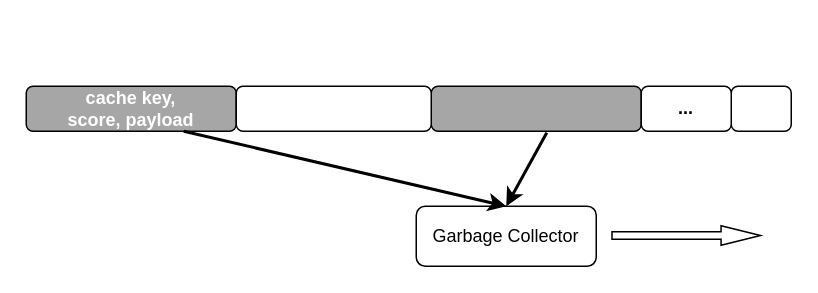
Before: vLogCache.drawio in yeqiyi/drawIO, a draw.io diagram. Source tidied: cells renumbered, new cells numbered last; positions are measured from the earlier drawing's top-left corner, leaving out a move shared by most shapes. Both pictures are drawn from the tidied source at 150%, with x=0, y=0 at pixel (26, 86).
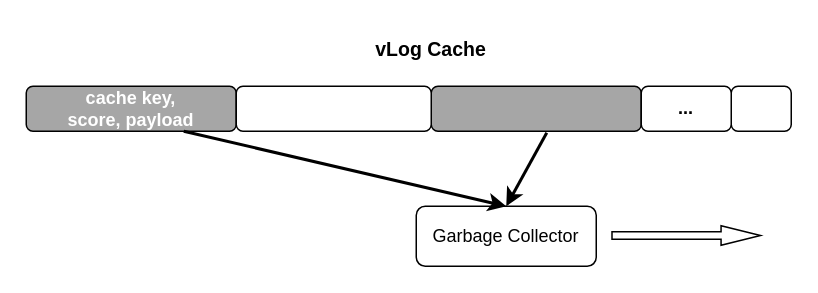
The same page after the edit.

The edit, as a diff of the source:
```diff
@@
 <mxGraphModel>
   <root>
     <mxCell id="0" />
     <mxCell id="1" parent="0" />
     <mxCell id="2" value="&lt;b&gt;&lt;font color=&quot;#ffffff&quot;&gt;cache key, &lt;br&gt;score, payload&lt;/font&gt;&lt;/b&gt;" style="rounded=1;whiteSpace=wrap;html=1;fillColor=#A6A6A6;" parent="1" vertex="1">
       <mxGeometry width="140" height="30" as="geometry" />
     </mxCell>
     <mxCell id="3" style="rounded=1;whiteSpace=wrap;html=1;fillColor=#A6A6A6;" parent="1" vertex="1">
       <mxGeometry x="270" width="140" height="30" as="geometry" />
     </mxCell>
     <mxCell id="4" style="rounded=1;whiteSpace=wrap;html=1;" parent="1" vertex="1">
       <mxGeometry x="140" width="130" height="30" as="geometry" />
     </mxCell>
     <mxCell id="5" style="rounded=1;whiteSpace=wrap;html=1;" parent="1" vertex="1">
       <mxGeometry x="470" width="40" height="30" as="geometry" />
     </mxCell>
     <mxCell id="6" value="&lt;b&gt;...&lt;/b&gt;" style="rounded=1;whiteSpace=wrap;html=1;" parent="1" vertex="1">
       <mxGeometry x="410" width="60" height="30" as="geometry" />
     </mxCell>
     <mxCell id="7" value="Garbage Collector" style="rounded=1;whiteSpace=wrap;html=1;" parent="1" vertex="1">
       <mxGeometry x="260" y="80" width="120" height="40" as="geometry" />
     </mxCell>
     <mxCell id="8" style="shape=flexArrow;endArrow=classic;html=1;rounded=0;width=5.142857142857143;endSize=8.428571428571429;endWidth=6.775510204081633;" parent="1" edge="1">
       <mxGeometry relative="1" as="geometry">
         <mxPoint x="390" y="99.5" as="sourcePoint" />
         <mxPoint x="490" y="99.5" as="targetPoint" />
       </mxGeometry>
     </mxCell>
     <mxCell id="9" style="endArrow=classic;html=1;rounded=0;entryX=0.5;entryY=0;entryDx=0;entryDy=0;exitX=0.75;exitY=1;exitDx=0;exitDy=0;strokeWidth=2;" parent="1" edge="1" source="2" target="7">
       <mxGeometry relative="1" as="geometry" />
     </mxCell>
     <mxCell id="10" style="endArrow=classic;html=1;rounded=0;entryX=0.5;entryY=0;entryDx=0;entryDy=0;exitX=0.55;exitY=1.033;exitDx=0;exitDy=0;strokeWidth=2;exitPerimeter=0;" parent="1" edge="1" source="3" target="7">
       <mxGeometry relative="1" as="geometry" />
     </mxCell>
+    <mxCell id="11" value="&lt;b&gt;&lt;font style=&quot;font-size: 13px;&quot;&gt;vLog Cache&lt;/font&gt;&lt;/b&gt;" style="text;html=1;strokeColor=none;fillColor=none;align=center;verticalAlign=middle;whiteSpace=wrap;rounded=0;" parent="1" vertex="1">
+      <mxGeometry x="220" y="-40" width="100" height="30" as="geometry" />
+    </mxCell>
   </root>
 </mxGraphModel>
```
